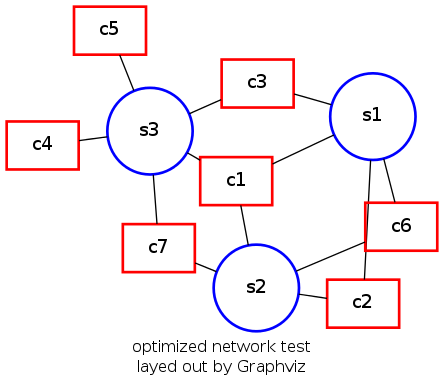
This is network.png from bhpayne/optimal-network-search, a Graphviz export, as it was before one commit. Its source is kept beside it as network.gv.
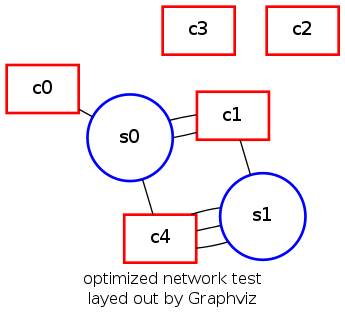
Above is the later version.

Commit message:
random network configuration

Change to the diagram source:
```diff
@@ -1,19 +1,19 @@
 graph G {
-node [shape=box,color=red,style=bold];  c1; c2; c3; c4; c5; c6; c7;
-node [shape=circle,fixedsize=true,width=0.9,color=blue,style=bold];  s1; s2; s3;
-     c1 -- s1;
-     c1 -- s2;
-     c1 -- s3;
-     c2 -- s1;
-     c2 -- s2;
-     c3 -- s1;
-     c3 -- s3;
-     c4 -- s3;
-     c5 -- s3;
-     c6 -- s1;
-     c6 -- s2;
-     c7 -- s2;
-     c7 -- s3;
+node [shape=box,color=red,style=bold];  c0;
+node [shape=box,color=red,style=bold];  c1;
+node [shape=box,color=red,style=bold];  c2;
+node [shape=box,color=red,style=bold];  c3;
+node [shape=box,color=red,style=bold];  c4;
+node [shape=circle,fixedsize=true,width=0.9,color=blue,style=bold];  s0;
+node [shape=circle,fixedsize=true,width=0.9,color=blue,style=bold];  s1;
+     s0--c0;
+     s0--c1;
+     s0--c4;
+     s0--c1;
+     s1--c4;
+     s1--c4;
+     s1--c4;
+     s1--c1;
      overlap=false
      label="optimized network test\nlayed out by Graphviz"
      fontsize=12;
```
